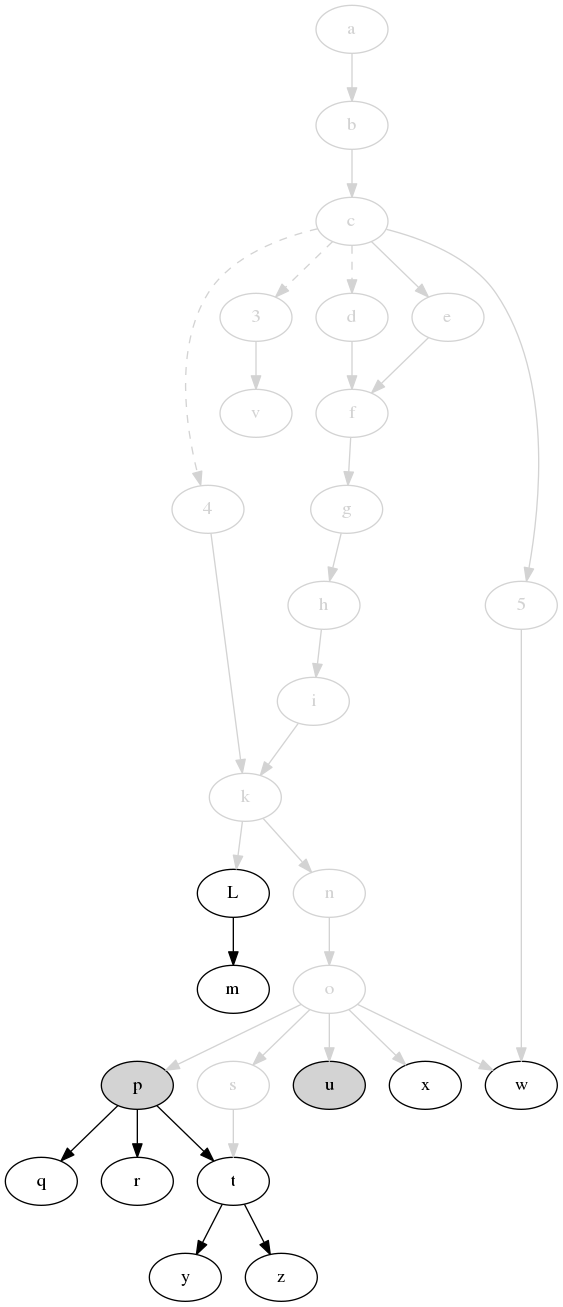
This is svm-startup-deps.png from jdmpapin/svm-startup-deps, a Graphviz export, as it was before one commit. Its source is kept beside it as svm-startup-deps.dot.
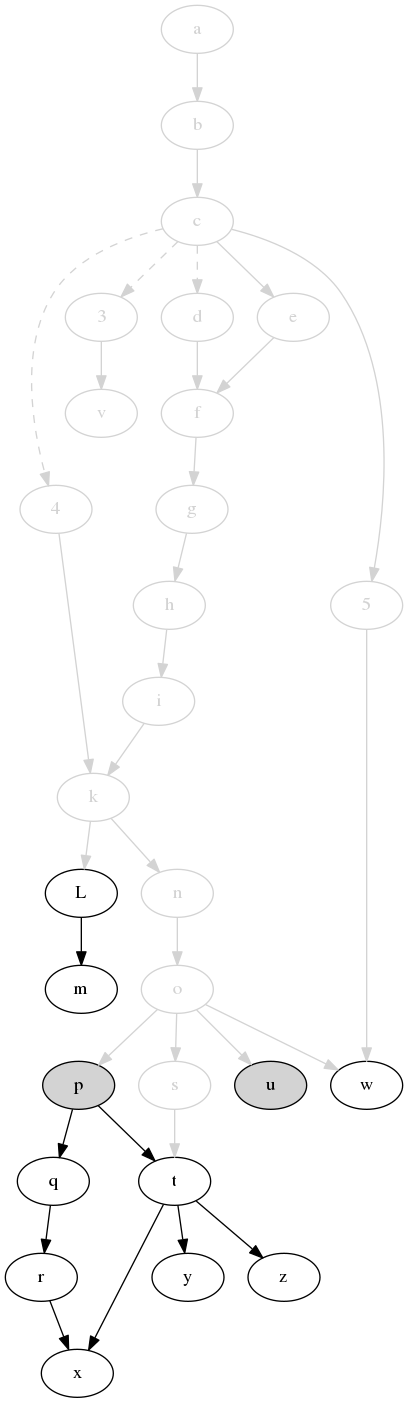
After the change.

What changed in the source:
```diff
@@ -50,14 +50,15 @@
     n -> o [color=lightgrey];
     o -> p [color=lightgrey];
     p -> q;
-    p -> r;
+    q -> r;
     o -> s [color=lightgrey];
     s -> t [color=lightgrey];
     p -> t;
     o -> u [color=lightgrey];
     5 -> w [color=lightgrey];
     o -> w [color=lightgrey];
-    o -> x [color=lightgrey];
+    t -> x;
+    r -> x;
     t -> y;
     t -> z;
 }
```
